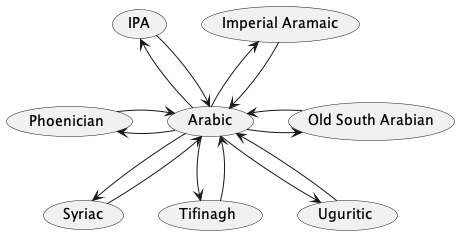
amerharb/abjad-convert keeps this PlantUML diagram as packages/abjad-convert/doc/converters.png. Above is the earlier version. Source of this version:
```plantuml
@startuml

(Arabic) -up-> (Imperial Aramaic)
(Arabic) <-up- (Imperial Aramaic)
(Arabic) -up-> (IPA)
(Arabic) <-up- (IPA)
(Arabic) -> (Old South Arabian)
(Arabic) <- (Old South Arabian)
(Arabic) -left-> (Phoenician)
(Arabic) <-left- (Phoenician)
(Arabic) --> (Syriac)
(Arabic) <-- (Syriac)
(Arabic) --> (Tifinagh)
(Arabic) <-- (Tifinagh)
(Arabic) --> (Uguritic)
(Arabic) <-- (Uguritic)

@enduml
```
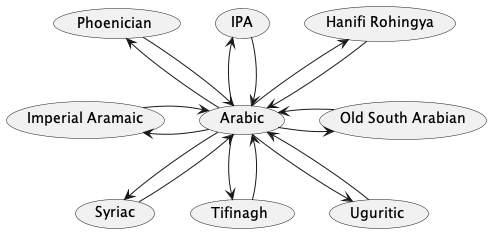
The same diagram one commit later.

Change to the diagram source:
```diff
@@ -1,13 +1,15 @@
 @startuml
 
-(Arabic) -up-> (Imperial Aramaic)
-(Arabic) <-up- (Imperial Aramaic)
+(Arabic) -up-> (Hanifi Rohingya)
+(Arabic) <-up- (Hanifi Rohingya)
 (Arabic) -up-> (IPA)
 (Arabic) <-up- (IPA)
+(Arabic) -up-> (Phoenician)
+(Arabic) <-up- (Phoenician)
 (Arabic) -> (Old South Arabian)
 (Arabic) <- (Old South Arabian)
-(Arabic) -left-> (Phoenician)
-(Arabic) <-left- (Phoenician)
+(Arabic) -left-> (Imperial Aramaic)
+(Arabic) <-left- (Imperial Aramaic)
 (Arabic) --> (Syriac)
 (Arabic) <-- (Syriac)
 (Arabic) --> (Tifinagh)
```
